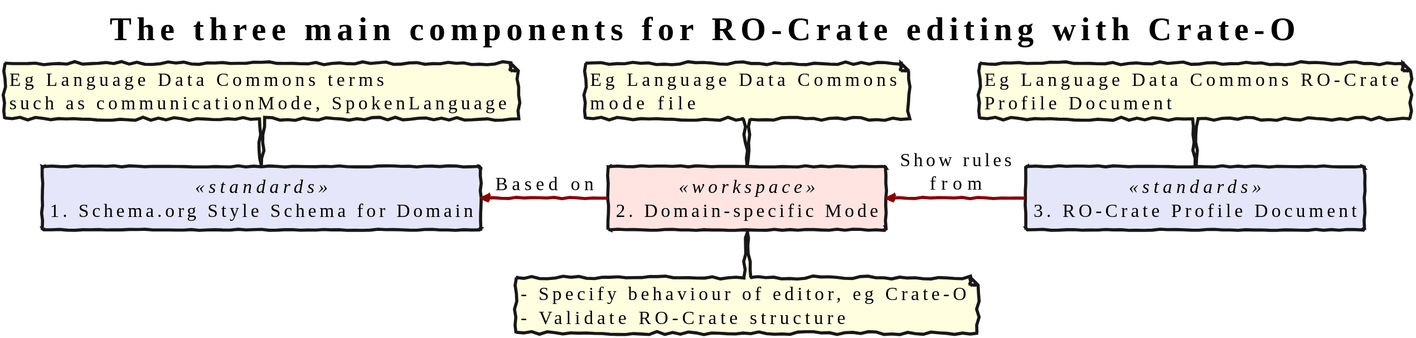
This is docs/images/schema-mode-profile.svg from Language-Research-Technology/ro-crate-modes, a PlantUML export, as it was before one commit.
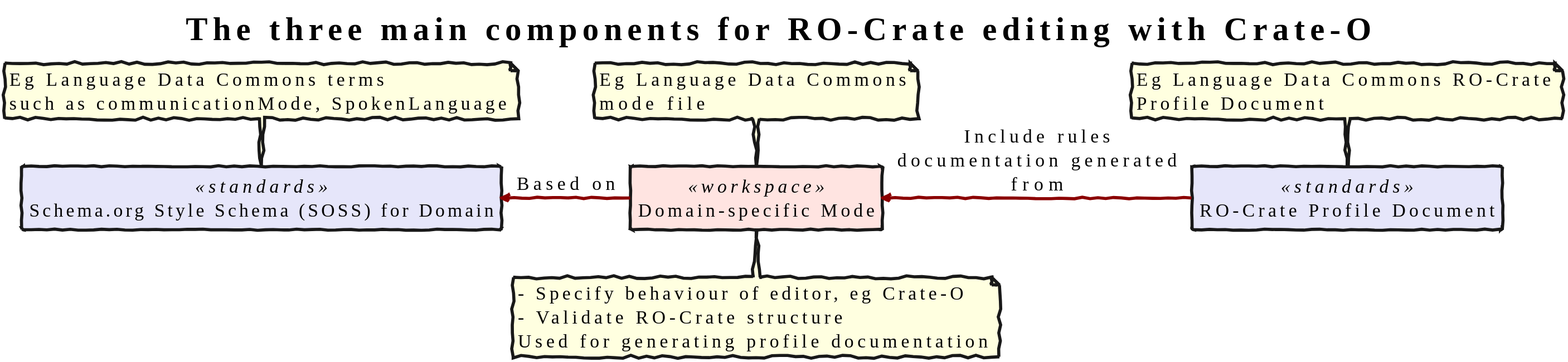
The same file after the commit.

Diff of the diagram source:
```diff
@@ -4,19 +4,19 @@
 title: The three main components for RO-Crate editing with Crate-O
 
 
-rectangle "1. Schema.org Style Schema for Domain" <<standards>> as soss
+rectangle "Schema.org Style Schema (SOSS) for Domain" <<standards>> as soss
 
 
 
 note top of soss: Eg Language Data Commons terms\nsuch as communicationMode, SpokenLanguage
 
-rectangle "2. Domain-specific Mode" <<workspace>> as md
+rectangle "Domain-specific Mode" <<workspace>> as md
 note top of md: Eg Language Data Commons\nmode file
-note bottom of md: - Specify behaviour of editor, eg Crate-O\n- Validate RO-Crate structure
+note bottom of md: - Specify behaviour of editor, eg Crate-O\n- Validate RO-Crate structure\nUsed for generating profile documentation
 
-rectangle "3. RO-Crate Profile Document" <<standards>> as pf
+rectangle "RO-Crate Profile Document" <<standards>> as pf
 
-pf -left-> md : Show rules\nfrom
+pf -left-> md : Include rules\ndocumentation generated\nfrom
 soss <-right- md : Based on
 
 note top of pf: Eg Language Data Commons RO-Crate\nProfile Document
```
